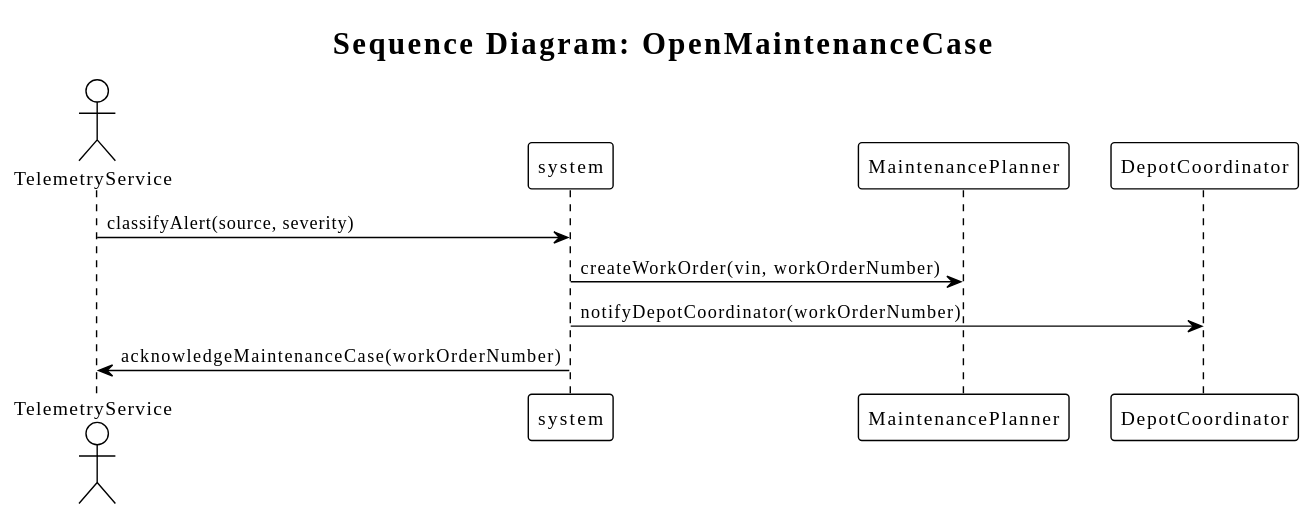
fredoslav2004/modt-core keeps this PlantUML diagram as examples/fleet-operations/generated/sequence/FleetOperations_OpenMaintenanceCase.sequence.svg. Above is the earlier version. Source of this version:
```plantuml
@startuml
title Sequence Diagram: OpenMaintenanceCase
!theme plain
skinparam classAttributeIconSize 0
actor "TelemetryService" as Actor
participant "system" as System
participant "MaintenancePlanner" as MaintenancePlanner
participant "DepotCoordinator" as DepotCoordinator

Actor -> System : classifyAlert(source, severity)
System -> MaintenancePlanner : createWorkOrder(vin, workOrderNumber)
System -> DepotCoordinator : notifyDepotCoordinator(workOrderNumber)
System -> Actor : acknowledgeMaintenanceCase(workOrderNumber)
@enduml
```
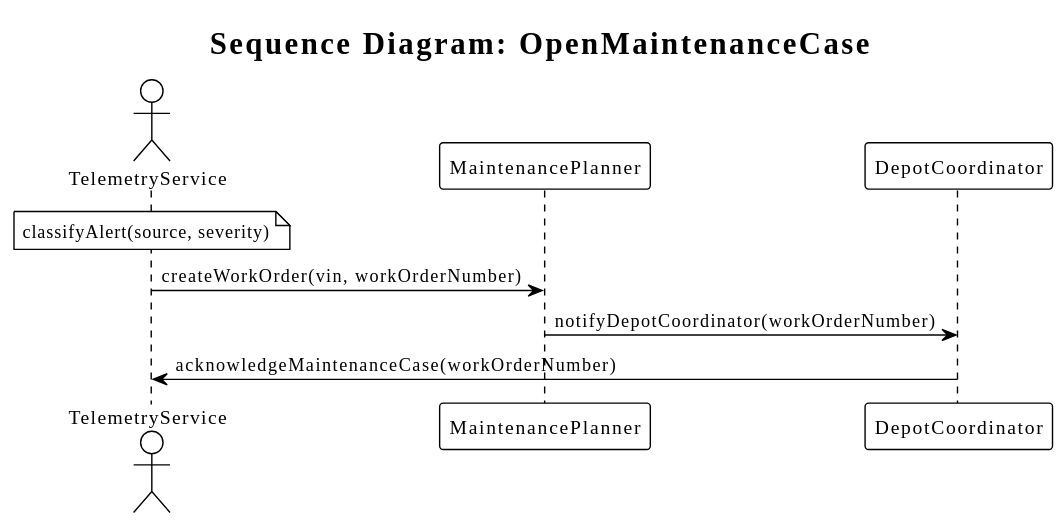
The same file after the commit.

Change to the diagram source:
```diff
@@ -3,12 +3,11 @@
 !theme plain
 skinparam classAttributeIconSize 0
 actor "TelemetryService" as Actor
-participant "system" as System
 participant "MaintenancePlanner" as MaintenancePlanner
 participant "DepotCoordinator" as DepotCoordinator
 
-Actor -> System : classifyAlert(source, severity)
-System -> MaintenancePlanner : createWorkOrder(vin, workOrderNumber)
-System -> DepotCoordinator : notifyDepotCoordinator(workOrderNumber)
-System -> Actor : acknowledgeMaintenanceCase(workOrderNumber)
+note over Actor : classifyAlert(source, severity)
+Actor -> MaintenancePlanner : createWorkOrder(vin, workOrderNumber)
+MaintenancePlanner -> DepotCoordinator : notifyDepotCoordinator(workOrderNumber)
+DepotCoordinator -> Actor : acknowledgeMaintenanceCase(workOrderNumber)
 @enduml
```
